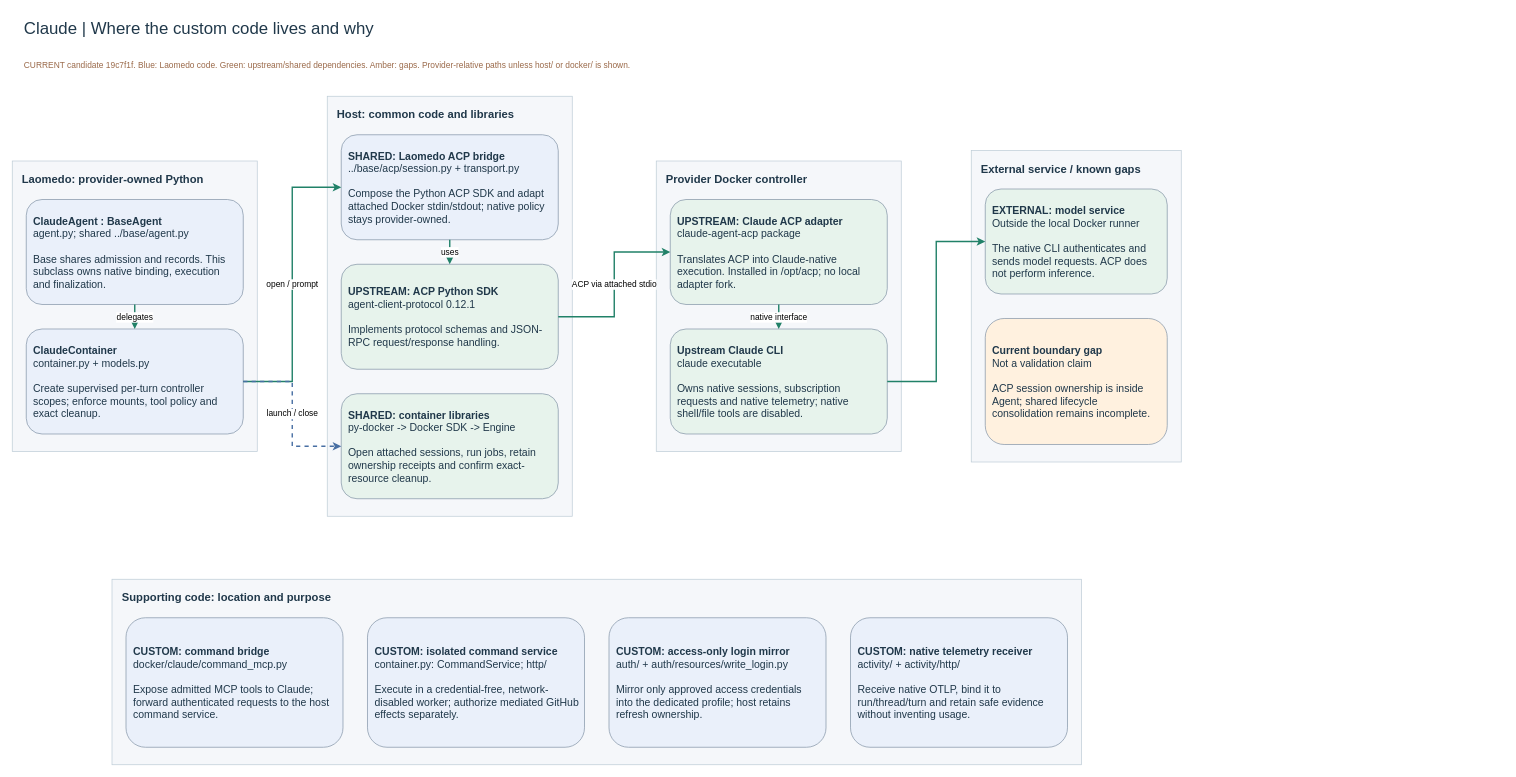
Before: page "1. Run and session" (4 of 9) of docs/features/agents/assets/provider-interactions/provider-custom-code.drawio in amadou-6e/laomedo, a draw.io diagram. Source tidied: cells renumbered, new cells numbered last; positions are measured from the earlier drawing's top-left corner, leaving out a move shared by most shapes. Both pictures are drawn from the tidied source at 70%, with x=0, y=0 at pixel (12, 12).
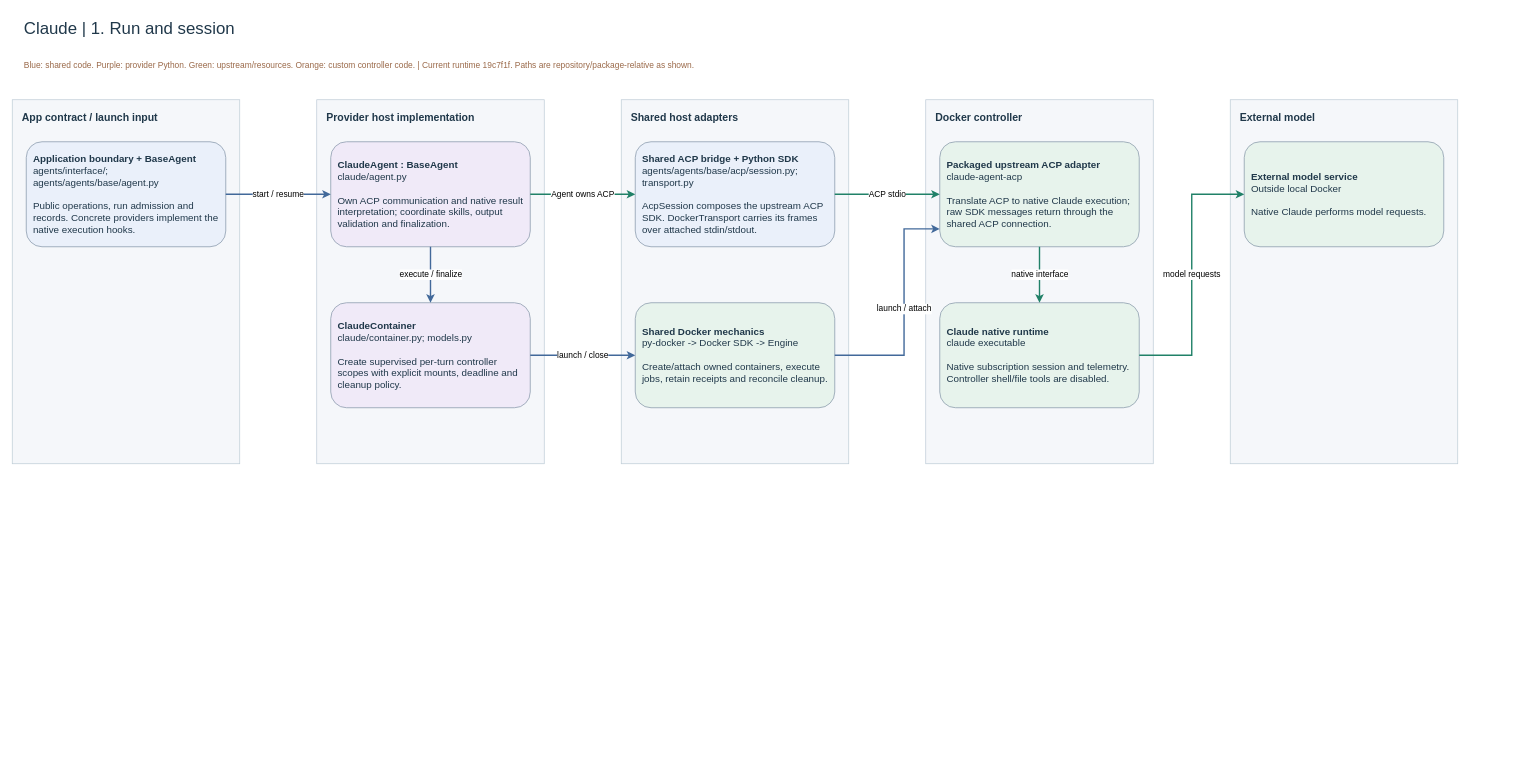
The same page after the edit.

The edit, as a diff of the source:
```diff
@@
-    <mxCell id="2" value="Claude | Where the custom code lives and why" style="text;html=1;align=left;verticalAlign=middle;strokeColor=none;fillColor=none;fontSize=24;fontColor=#20384A;" parent="1" vertex="1">
-      <mxGeometry x="15" width="1720" height="45" as="geometry" />
+    <mxCell id="2" value="Claude | 1. Run and session" style="text;html=1;align=left;verticalAlign=middle;strokeColor=none;fillColor=none;fontSize=24;fontColor=#20384A;" parent="1" vertex="1">
+      <mxGeometry x="15" width="2115" height="45" as="geometry" />
     </mxCell>
-    <mxCell id="3" value="CURRENT candidate 19c7f1f. Blue: Laomedo code. Green: upstream/shared dependencies. Amber: gaps. Provider-relative paths unless host/ or docker/ is shown." style="text;html=1;align=left;verticalAlign=middle;strokeColor=none;fillColor=none;fontSize=12;fontColor=#9A6949;" parent="1" vertex="1">
-      <mxGeometry x="15" y="53" width="1720" height="45" as="geometry" />
+    <mxCell id="3" value="Blue: shared code. Purple: provider Python. Green: upstream/resources. Orange: custom controller code. | Current runtime 19c7f1f. Paths are repository/package-relative as shown." style="text;html=1;align=left;verticalAlign=middle;strokeColor=none;fillColor=none;fontSize=12;fontColor=#9A6949;" parent="1" vertex="1">
+      <mxGeometry x="15" y="53" width="2115" height="45" as="geometry" />
     </mxCell>
-    <mxCell id="4" value="Laomedo: provider-owned Python" style="rounded=0;whiteSpace=wrap;html=1;resizeChildren=0;align=left;verticalAlign=top;spacingLeft=12;spacingTop=10;fillColor=#F5F7FA;strokeColor=#BDCBD6;fontColor=#20384A;fontSize=16;fontStyle=1;" parent="1" vertex="1">
-      <mxGeometry y="212.5" width="350" height="415" as="geometry" />
-    </mxCell>
+    <mxCell id="29" value="App contract / launch input" style="rounded=0;whiteSpace=wrap;html=1;resizeChildren=0;align=left;verticalAlign=top;spacingLeft=12;spacingTop=10;fillColor=#F5F7FA;strokeColor=#BDCBD6;fontColor=#20384A;fontSize=15;fontStyle=1;" parent="1" vertex="1">
+      <mxGeometry y="125" width="325" height="520" as="geometry" />
+    </mxCell>
+    <mxCell id="30" value="&lt;b&gt;Application boundary + BaseAgent&lt;/b&gt;&lt;br/&gt;agents/interface/; agents/agents/base/agent.py&lt;br/&gt;&lt;br/&gt;Public operations, run admission and records. Concrete providers implement the native execution hooks." style="shape=rectangle;rounded=1;whiteSpace=wrap;html=1;align=left;verticalAlign=middle;spacing=10;fillColor=#EAF0FA;strokeColor=#8193A5;fontColor=#20384A;fontSize=14;" parent="29" vertex="1">
+      <mxGeometry x="20" y="60" width="285" height="150" as="geometry" />
+    </mxCell>
+    <mxCell id="31" value="Provider host implementation" style="rounded=0;whiteSpace=wrap;html=1;resizeChildren=0;align=left;verticalAlign=top;spacingLeft=12;spacingTop=10;fillColor=#F5F7FA;strokeColor=#BDCBD6;fontColor=#20384A;fontSize=15;fontStyle=1;" parent="1" vertex="1">
+      <mxGeometry x="435" y="125" width="325" height="520" as="geometry" />
+    </mxCell>
-    <mxCell id="5" value="&lt;b&gt;ClaudeAgent : BaseAgent&lt;/b&gt;&lt;br/&gt;agent.py; shared ../base/agent.py&lt;br/&gt;&lt;br/&gt;Base shares admission and records. This subclass owns native binding, execution and finalization." style="shape=rectangle;rounded=1;whiteSpace=wrap;html=1;align=left;verticalAlign=middle;spacing=10;fillColor=#EAF0FA;strokeColor=#8193A5;fontColor=#20384A;fontSize=15;" parent="4" vertex="1">
-      <mxGeometry x="20" y="55" width="310" height="150" as="geometry" />
+    <mxCell id="5" value="&lt;b&gt;ClaudeAgent : BaseAgent&lt;/b&gt;&lt;br/&gt;claude/agent.py&lt;br/&gt;&lt;br/&gt;Own ACP communication and native result interpretation; coordinate skills, output validation and finalization." style="shape=rectangle;rounded=1;whiteSpace=wrap;html=1;align=left;verticalAlign=middle;spacing=10;fillColor=#F0EAF8;strokeColor=#8193A5;fontColor=#20384A;fontSize=14;" parent="31" vertex="1">
+      <mxGeometry x="20" y="60" width="285" height="150" as="geometry" />
     </mxCell>
-    <mxCell id="6" value="&lt;b&gt;ClaudeContainer&lt;/b&gt;&lt;br/&gt;container.py + models.py&lt;br/&gt;&lt;br/&gt;Create supervised per-turn controller scopes; enforce mounts, tool policy and exact cleanup." style="shape=rectangle;rounded=1;whiteSpace=wrap;html=1;align=left;verticalAlign=middle;spacing=10;fillColor=#EAF0FA;strokeColor=#8193A5;fontColor=#20384A;fontSize=15;" parent="4" vertex="1">
-      <mxGeometry x="20" y="240" width="310" height="150" as="geometry" />
+    <mxCell id="6" value="&lt;b&gt;ClaudeContainer&lt;/b&gt;&lt;br/&gt;claude/container.py; models.py&lt;br/&gt;&lt;br/&gt;Create supervised per-turn controller scopes with explicit mounts, deadline and cleanup policy." style="shape=rectangle;rounded=1;whiteSpace=wrap;html=1;align=left;verticalAlign=middle;spacing=10;fillColor=#F0EAF8;strokeColor=#8193A5;fontColor=#20384A;fontSize=14;" parent="31" vertex="1">
+      <mxGeometry x="20" y="290" width="285" height="150" as="geometry" />
     </mxCell>
-    <mxCell id="7" value="Host: common code and libraries" style="rounded=0;whiteSpace=wrap;html=1;resizeChildren=0;align=left;verticalAlign=top;spacingLeft=12;spacingTop=10;fillColor=#F5F7FA;strokeColor=#BDCBD6;fontColor=#20384A;fontSize=16;fontStyle=1;" parent="1" vertex="1">
-      <mxGeometry x="450" y="120" width="350" height="600" as="geometry" />
-    </mxCell>
+    <mxCell id="32" value="Shared host adapters" style="rounded=0;whiteSpace=wrap;html=1;resizeChildren=0;align=left;verticalAlign=top;spacingLeft=12;spacingTop=10;fillColor=#F5F7FA;strokeColor=#BDCBD6;fontColor=#20384A;fontSize=15;fontStyle=1;" parent="1" vertex="1">
+      <mxGeometry x="870" y="125" width="325" height="520" as="geometry" />
+    </mxCell>
-    <mxCell id="8" value="&lt;b&gt;SHARED: Laomedo ACP bridge&lt;/b&gt;&lt;br/&gt;../base/acp/session.py + transport.py&lt;br/&gt;&lt;br/&gt;Compose the Python ACP SDK and adapt attached Docker stdin/stdout; native policy stays provider-owned." style="shape=rectangle;rounded=1;whiteSpace=wrap;html=1;align=left;verticalAlign=middle;spacing=10;fillColor=#EAF0FA;strokeColor=#8193A5;fontColor=#20384A;fontSize=15;" parent="7" vertex="1">
-      <mxGeometry x="20" y="55" width="310" height="150" as="geometry" />
+    <mxCell id="8" value="&lt;b&gt;Shared ACP bridge + Python SDK&lt;/b&gt;&lt;br/&gt;agents/agents/base/acp/session.py; transport.py&lt;br/&gt;&lt;br/&gt;AcpSession composes the upstream ACP SDK. DockerTransport carries its frames over attached stdin/stdout." style="shape=rectangle;rounded=1;whiteSpace=wrap;html=1;align=left;verticalAlign=middle;spacing=10;fillColor=#EAF0FA;strokeColor=#8193A5;fontColor=#20384A;fontSize=14;" parent="32" vertex="1">
+      <mxGeometry x="20" y="60" width="285" height="150" as="geometry" />
     </mxCell>
-    <mxCell id="9" value="&lt;b&gt;UPSTREAM: ACP Python SDK&lt;/b&gt;&lt;br/&gt;agent-client-protocol 0.12.1&lt;br/&gt;&lt;br/&gt;Implements protocol schemas and JSON-RPC request/response handling." style="shape=rectangle;rounded=1;whiteSpace=wrap;html=1;align=left;verticalAlign=middle;spacing=10;fillColor=#E7F3EC;strokeColor=#8193A5;fontColor=#20384A;fontSize=15;" parent="7" vertex="1">
-      <mxGeometry x="20" y="240" width="310" height="150" as="geometry" />
-    </mxCell>
-    <mxCell id="10" value="&lt;b&gt;SHARED: container libraries&lt;/b&gt;&lt;br/&gt;py-docker -&amp;gt; Docker SDK -&amp;gt; Engine&lt;br/&gt;&lt;br/&gt;Open attached sessions, run jobs, retain ownership receipts and confirm exact-resource cleanup." style="shape=rectangle;rounded=1;whiteSpace=wrap;html=1;align=left;verticalAlign=middle;spacing=10;fillColor=#E7F3EC;strokeColor=#8193A5;fontColor=#20384A;fontSize=15;" parent="7" vertex="1">
-      <mxGeometry x="20" y="425" width="310" height="150" as="geometry" />
+    <mxCell id="10" value="&lt;b&gt;Shared Docker mechanics&lt;/b&gt;&lt;br/&gt;py-docker -&amp;gt; Docker SDK -&amp;gt; Engine&lt;br/&gt;&lt;br/&gt;Create/attach owned containers, execute jobs, retain receipts and reconcile cleanup." style="shape=rectangle;rounded=1;whiteSpace=wrap;html=1;align=left;verticalAlign=middle;spacing=10;fillColor=#E7F3EC;strokeColor=#8193A5;fontColor=#20384A;fontSize=14;" parent="32" vertex="1">
+      <mxGeometry x="20" y="290" width="285" height="150" as="geometry" />
     </mxCell>
-    <mxCell id="11" value="Provider Docker controller" style="rounded=0;whiteSpace=wrap;html=1;resizeChildren=0;align=left;verticalAlign=top;spacingLeft=12;spacingTop=10;fillColor=#F5F7FA;strokeColor=#BDCBD6;fontColor=#20384A;fontSize=16;fontStyle=1;" parent="1" vertex="1">
-      <mxGeometry x="920" y="212.5" width="350" height="415" as="geometry" />
-    </mxCell>
+    <mxCell id="33" value="Docker controller" style="rounded=0;whiteSpace=wrap;html=1;resizeChildren=0;align=left;verticalAlign=top;spacingLeft=12;spacingTop=10;fillColor=#F5F7FA;strokeColor=#BDCBD6;fontColor=#20384A;fontSize=15;fontStyle=1;" parent="1" vertex="1">
+      <mxGeometry x="1305" y="125" width="325" height="520" as="geometry" />
+    </mxCell>
-    <mxCell id="12" value="&lt;b&gt;UPSTREAM: Claude ACP adapter&lt;/b&gt;&lt;br/&gt;claude-agent-acp package&lt;br/&gt;&lt;br/&gt;Translates ACP into Claude-native execution. Installed in /opt/acp; no local adapter fork." style="shape=rectangle;rounded=1;whiteSpace=wrap;html=1;align=left;verticalAlign=middle;spacing=10;fillColor=#E7F3EC;strokeColor=#8193A5;fontColor=#20384A;fontSize=15;" parent="11" vertex="1">
-      <mxGeometry x="20" y="55" width="310" height="150" as="geometry" />
+    <mxCell id="12" value="&lt;b&gt;Packaged upstream ACP adapter&lt;/b&gt;&lt;br/&gt;claude-agent-acp&lt;br/&gt;&lt;br/&gt;Translate ACP to native Claude execution; raw SDK messages return through the shared ACP connection." style="shape=rectangle;rounded=1;whiteSpace=wrap;html=1;align=left;verticalAlign=middle;spacing=10;fillColor=#E7F3EC;strokeColor=#8193A5;fontColor=#20384A;fontSize=14;" parent="33" vertex="1">
+      <mxGeometry x="20" y="60" width="285" height="150" as="geometry" />
     </mxCell>
-    <mxCell id="13" value="&lt;b&gt;Upstream Claude CLI&lt;/b&gt;&lt;br/&gt;claude executable&lt;br/&gt;&lt;br/&gt;Owns native sessions, subscription requests and native telemetry; native shell/file tools are disabled." style="shape=rectangle;rounded=1;whiteSpace=wrap;html=1;align=left;verticalAlign=middle;spacing=10;fillColor=#E7F3EC;strokeColor=#8193A5;fontColor=#20384A;fontSize=15;" parent="11" vertex="1">
-      <mxGeometry x="20" y="240" width="310" height="150" as="geometry" />
+    <mxCell id="13" value="&lt;b&gt;Claude native runtime&lt;/b&gt;&lt;br/&gt;claude executable&lt;br/&gt;&lt;br/&gt;Native subscription session and telemetry. Controller shell/file tools are disabled." style="shape=rectangle;rounded=1;whiteSpace=wrap;html=1;align=left;verticalAlign=middle;spacing=10;fillColor=#E7F3EC;strokeColor=#8193A5;fontColor=#20384A;fontSize=14;" parent="33" vertex="1">
+      <mxGeometry x="20" y="290" width="285" height="150" as="geometry" />
     </mxCell>
-    <mxCell id="14" value="External service / known gaps" style="rounded=0;whiteSpace=wrap;html=1;resizeChildren=0;align=left;verticalAlign=top;spacingLeft=12;spacingTop=10;fillColor=#F5F7FA;strokeColor=#BDCBD6;fontColor=#20384A;fontSize=16;fontStyle=1;" parent="1" vertex="1">
-      <mxGeometry x="1370" y="197.5" width="300" height="445" as="geometry" />
-    </mxCell>
+    <mxCell id="34" value="External model" style="rounded=0;whiteSpace=wrap;html=1;resizeChildren=0;align=left;verticalAlign=top;spacingLeft=12;spacingTop=10;fillColor=#F5F7FA;strokeColor=#BDCBD6;fontColor=#20384A;fontSize=15;fontStyle=1;" parent="1" vertex="1">
+      <mxGeometry x="1740" y="125" width="325" height="520" as="geometry" />
+    </mxCell>
-    <mxCell id="15" value="&lt;b&gt;EXTERNAL: model service&lt;/b&gt;&lt;br/&gt;Outside the local Docker runner&lt;br/&gt;&lt;br/&gt;The native CLI authenticates and sends model requests. ACP does not perform inference." style="shape=rectangle;rounded=1;whiteSpace=wrap;html=1;align=left;verticalAlign=middle;spacing=10;fillColor=#E7F3EC;strokeColor=#8193A5;fontColor=#20384A;fontSize=15;" parent="14" vertex="1">
-      <mxGeometry x="20" y="55" width="260" height="150" as="geometry" />
+    <mxCell id="15" value="&lt;b&gt;External model service&lt;/b&gt;&lt;br/&gt;Outside local Docker&lt;br/&gt;&lt;br/&gt;Native Claude performs model requests." style="shape=rectangle;rounded=1;whiteSpace=wrap;html=1;align=left;verticalAlign=middle;spacing=10;fillColor=#E7F3EC;strokeColor=#8193A5;fontColor=#20384A;fontSize=14;" parent="34" vertex="1">
+      <mxGeometry x="20" y="60" width="285" height="150" as="geometry" />
     </mxCell>
-    <mxCell id="16" value="&lt;b&gt;Current boundary gap&lt;/b&gt;&lt;br/&gt;Not a validation claim&lt;br/&gt;&lt;br/&gt;ACP session ownership is inside Agent; shared lifecycle consolidation remains incomplete." style="shape=rectangle;rounded=1;whiteSpace=wrap;html=1;align=left;verticalAlign=middle;spacing=10;fillColor=#FFF1DF;strokeColor=#8193A5;fontColor=#20384A;fontSize=15;" parent="14" vertex="1">
-      <mxGeometry x="20" y="240" width="260" height="180" as="geometry" />
-    </mxCell>
-    <mxCell id="17" value="Supporting code: location and purpose" style="rounded=0;whiteSpace=wrap;html=1;resizeChildren=0;align=left;verticalAlign=top;spacingLeft=12;spacingTop=10;fillColor=#F5F7FA;strokeColor=#BDCBD6;fontColor=#20384A;fontSize=16;fontStyle=1;" parent="1" vertex="1">
-      <mxGeometry x="142.5" y="810" width="1385" height="265" as="geometry" />
-    </mxCell>
-    <mxCell id="18" value="&lt;b&gt;CUSTOM: command bridge&lt;/b&gt;&lt;br/&gt;docker/claude/command_mcp.py&lt;br/&gt;&lt;br/&gt;Expose admitted MCP tools to Claude; forward authenticated requests to the host command service." style="shape=rectangle;rounded=1;whiteSpace=wrap;html=1;align=left;verticalAlign=middle;spacing=10;fillColor=#EAF0FA;strokeColor=#8193A5;fontColor=#20384A;fontSize=15;" parent="17" vertex="1">
-      <mxGeometry x="20" y="55" width="310" height="185" as="geometry" />
-    </mxCell>
-    <mxCell id="19" value="&lt;b&gt;CUSTOM: isolated command service&lt;/b&gt;&lt;br/&gt;container.py: CommandService; http/&lt;br/&gt;&lt;br/&gt;Execute in a credential-free, network-disabled worker; authorize mediated GitHub effects separately." style="shape=rectangle;rounded=1;whiteSpace=wrap;html=1;align=left;verticalAlign=middle;spacing=10;fillColor=#EAF0FA;strokeColor=#8193A5;fontColor=#20384A;fontSize=15;" parent="17" vertex="1">
-      <mxGeometry x="365" y="55" width="310" height="185" as="geometry" />
-    </mxCell>
-    <mxCell id="20" value="&lt;b&gt;CUSTOM: access-only login mirror&lt;/b&gt;&lt;br/&gt;auth/ + auth/resources/write_login.py&lt;br/&gt;&lt;br/&gt;Mirror only approved access credentials into the dedicated profile; host retains refresh ownership." style="shape=rectangle;rounded=1;whiteSpace=wrap;html=1;align=left;verticalAlign=middle;spacing=10;fillColor=#EAF0FA;strokeColor=#8193A5;fontColor=#20384A;fontSize=15;" parent="17" vertex="1">
-      <mxGeometry x="710" y="55" width="310" height="185" as="geometry" />
-    </mxCell>
-    <mxCell id="21" value="&lt;b&gt;CUSTOM: native telemetry receiver&lt;/b&gt;&lt;br/&gt;activity/ + activity/http/&lt;br/&gt;&lt;br/&gt;Receive native OTLP, bind it to run/thread/turn and retain safe evidence without inventing usage." style="shape=rectangle;rounded=1;whiteSpace=wrap;html=1;align=left;verticalAlign=middle;spacing=10;fillColor=#EAF0FA;strokeColor=#8193A5;fontColor=#20384A;fontSize=15;" parent="17" vertex="1">
-      <mxGeometry x="1055" y="55" width="310" height="185" as="geometry" />
-    </mxCell>
+    <mxCell id="35" value="start / resume" style="edgeStyle=segmentEdgeStyle;rounded=0;jettySize=auto;html=1;exitX=1;exitY=0.5;exitDx=0;exitDy=0;exitPerimeter=0;entryX=0;entryY=0.5;entryDx=0;entryDy=0;entryPerimeter=0;strokeColor=#42699A;strokeWidth=2;endArrow=classic;startArrow=none;dashed=0;fontSize=12;labelBackgroundColor=#FFFFFF;" parent="1" edge="1" source="30" target="5">
+      <mxGeometry relative="1" as="geometry">
+        <Array as="points">
+          <mxPoint x="380" y="260" />
+          <mxPoint x="380" y="260" />
+        </Array>
+      </mxGeometry>
+    </mxCell>
-    <mxCell id="22" value="delegates" style="edgeStyle=orthogonalEdgeStyle;rounded=0;jettySize=auto;html=1;exitX=0.5;exitY=1;exitDx=0;exitDy=0;exitPerimeter=0;entryX=0.5;entryY=0;entryDx=0;entryDy=0;entryPerimeter=0;strokeColor=#218168;strokeWidth=2;endArrow=classic;startArrow=none;dashed=0;fontSize=12;labelBackgroundColor=#FFFFFF;" parent="1" edge="1" source="5" target="6">
+    <mxCell id="22" value="execute / finalize" style="edgeStyle=orthogonalEdgeStyle;rounded=0;jettySize=auto;html=1;exitX=0.5;exitY=1;exitDx=0;exitDy=0;exitPerimeter=0;entryX=0.5;entryY=0;entryDx=0;entryDy=0;entryPerimeter=0;strokeColor=#42699A;strokeWidth=2;endArrow=classic;startArrow=none;dashed=0;fontSize=12;labelBackgroundColor=#FFFFFF;" parent="1" edge="1" source="5" target="6">
       <mxGeometry relative="1" as="geometry" />
     </mxCell>
-    <mxCell id="23" value="open / prompt" style="edgeStyle=orthogonalEdgeStyle;rounded=0;jettySize=auto;html=1;exitX=1;exitY=0.5;exitDx=0;exitDy=0;exitPerimeter=0;entryX=0;entryY=0.5;entryDx=0;entryDy=0;entryPerimeter=0;strokeColor=#218168;strokeWidth=2;endArrow=classic;startArrow=none;dashed=0;fontSize=12;labelBackgroundColor=#FFFFFF;" parent="1" edge="1" source="6" target="8">
-      <mxGeometry relative="1" as="geometry" />
-    </mxCell>
-    <mxCell id="24" value="uses" style="edgeStyle=orthogonalEdgeStyle;rounded=0;jettySize=auto;html=1;exitX=0.5;exitY=1;exitDx=0;exitDy=0;exitPerimeter=0;entryX=0.5;entryY=0;entryDx=0;entryDy=0;entryPerimeter=0;strokeColor=#218168;strokeWidth=2;endArrow=classic;startArrow=none;dashed=0;fontSize=12;labelBackgroundColor=#FFFFFF;" parent="1" edge="1" source="8" target="9">
-      <mxGeometry relative="1" as="geometry" />
-    </mxCell>
-    <mxCell id="25" value="ACP via attached stdio" style="edgeStyle=orthogonalEdgeStyle;rounded=0;jettySize=auto;html=1;exitX=1;exitY=0.5;exitDx=0;exitDy=0;exitPerimeter=0;entryX=0;entryY=0.5;entryDx=0;entryDy=0;entryPerimeter=0;strokeColor=#218168;strokeWidth=2;endArrow=classic;startArrow=none;dashed=0;fontSize=12;labelBackgroundColor=#FFFFFF;" parent="1" edge="1" source="9" target="12">
-      <mxGeometry relative="1" as="geometry" />
-    </mxCell>
+    <mxCell id="36" value="Agent owns ACP" style="edgeStyle=segmentEdgeStyle;rounded=0;jettySize=auto;html=1;exitX=1;exitY=0.5;exitDx=0;exitDy=0;exitPerimeter=0;entryX=0;entryY=0.5;entryDx=0;entryDy=0;entryPerimeter=0;strokeColor=#218168;strokeWidth=2;endArrow=classic;startArrow=none;dashed=0;fontSize=12;labelBackgroundColor=#FFFFFF;" parent="1" edge="1" source="5" target="8">
+      <mxGeometry relative="1" as="geometry">
+        <Array as="points">
+          <mxPoint x="815" y="260" />
+          <mxPoint x="815" y="260" />
+        </Array>
+      </mxGeometry>
+    </mxCell>
+    <mxCell id="28" value="launch / close" style="edgeStyle=segmentEdgeStyle;rounded=0;jettySize=auto;html=1;exitX=1;exitY=0.5;exitDx=0;exitDy=0;exitPerimeter=0;entryX=0;entryY=0.5;entryDx=0;entryDy=0;entryPerimeter=0;strokeColor=#42699A;strokeWidth=2;endArrow=classic;startArrow=none;dashed=0;fontSize=12;labelBackgroundColor=#FFFFFF;" parent="1" edge="1" source="6" target="10">
+      <mxGeometry relative="1" as="geometry">
+        <Array as="points">
+          <mxPoint x="815" y="490" />
+          <mxPoint x="815" y="490" />
+        </Array>
+      </mxGeometry>
+    </mxCell>
+    <mxCell id="37" value="ACP stdio" style="edgeStyle=segmentEdgeStyle;rounded=0;jettySize=auto;html=1;exitX=1;exitY=0.5;exitDx=0;exitDy=0;exitPerimeter=0;entryX=0;entryY=0.5;entryDx=0;entryDy=0;entryPerimeter=0;strokeColor=#218168;strokeWidth=2;endArrow=classic;startArrow=none;dashed=0;fontSize=12;labelBackgroundColor=#FFFFFF;" parent="1" edge="1" source="8" target="12">
+      <mxGeometry relative="1" as="geometry">
+        <Array as="points">
+          <mxPoint x="1250" y="260" />
+          <mxPoint x="1250" y="260" />
+        </Array>
+      </mxGeometry>
+    </mxCell>
+    <mxCell id="38" value="launch / attach" style="edgeStyle=segmentEdgeStyle;rounded=0;jettySize=auto;html=1;exitX=1;exitY=0.5;exitDx=0;exitDy=0;exitPerimeter=0;entryX=0;entryY=0.83;entryDx=0;entryDy=0;entryPerimeter=0;strokeColor=#42699A;strokeWidth=2;endArrow=classic;startArrow=none;dashed=0;fontSize=12;labelBackgroundColor=#FFFFFF;" parent="1" edge="1" source="10" target="12">
+      <mxGeometry relative="1" as="geometry">
+        <Array as="points">
+          <mxPoint x="1274" y="490" />
+          <mxPoint x="1274" y="309.5" />
+        </Array>
+      </mxGeometry>
+    </mxCell>
@@
-    <mxCell id="27" style="edgeStyle=orthogonalEdgeStyle;rounded=0;jettySize=auto;html=1;exitX=1;exitY=0.5;exitDx=0;exitDy=0;exitPerimeter=0;entryX=0;entryY=0.5;entryDx=0;entryDy=0;entryPerimeter=0;strokeColor=#218168;strokeWidth=2;endArrow=classic;startArrow=none;dashed=0;fontSize=12;labelBackgroundColor=#FFFFFF;" parent="1" edge="1" source="13" target="15">
-      <mxGeometry relative="1" as="geometry" />
+    <mxCell id="27" value="model requests" style="edgeStyle=segmentEdgeStyle;rounded=0;jettySize=auto;html=1;exitX=1;exitY=0.5;exitDx=0;exitDy=0;exitPerimeter=0;entryX=0;entryY=0.5;entryDx=0;entryDy=0;entryPerimeter=0;strokeColor=#218168;strokeWidth=2;endArrow=classic;startArrow=none;dashed=0;fontSize=12;labelBackgroundColor=#FFFFFF;" parent="1" edge="1" source="13" target="15">
+      <mxGeometry relative="1" as="geometry">
+        <Array as="points">
+          <mxPoint x="1685" y="490" />
+          <mxPoint x="1685" y="260" />
+        </Array>
+      </mxGeometry>
     </mxCell>
-    <mxCell id="28" value="launch / close" style="edgeStyle=orthogonalEdgeStyle;rounded=0;jettySize=auto;html=1;exitX=1;exitY=0.5;exitDx=0;exitDy=0;exitPerimeter=0;entryX=0;entryY=0.5;entryDx=0;entryDy=0;entryPerimeter=0;strokeColor=#486FA3;strokeWidth=2;endArrow=classic;startArrow=none;dashed=1;fontSize=12;labelBackgroundColor=#FFFFFF;" parent="1" edge="1" source="6" target="10">
-      <mxGeometry relative="1" as="geometry" />
-    </mxCell>
```
